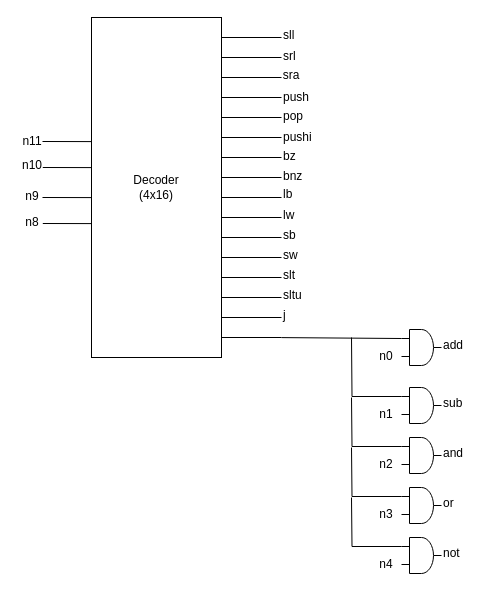
The draw.io diagram page "1" (1 of 2) of 5/source/4.drawio in HirbodBehnam/CSL-Assignments, before the edit. Source tidied: cells renumbered, new cells numbered last; positions are measured from the earlier drawing's top-left corner, leaving out a move shared by most shapes. Both pictures are drawn from the tidied source at 100%, with x=0, y=0 at pixel (17, 17).
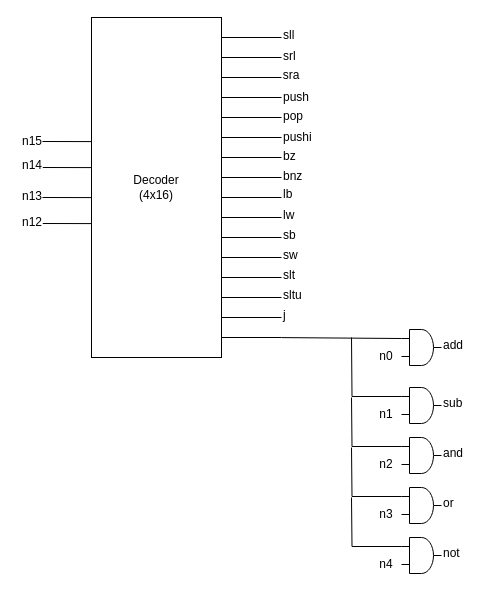
After the change.

Change to the diagram source:
```diff
@@
-    <mxCell id="23" value="n11" style="text;html=1;strokeColor=none;fillColor=none;align=center;verticalAlign=middle;whiteSpace=wrap;rounded=0;" parent="1" vertex="1">
+    <mxCell id="23" value="n15" style="text;html=1;strokeColor=none;fillColor=none;align=center;verticalAlign=middle;whiteSpace=wrap;rounded=0;" parent="1" vertex="1">
       <mxGeometry y="109" width="30" height="30" as="geometry" />
     </mxCell>
-    <mxCell id="24" value="n10" style="text;html=1;strokeColor=none;fillColor=none;align=center;verticalAlign=middle;whiteSpace=wrap;rounded=0;" parent="1" vertex="1">
+    <mxCell id="24" value="n14" style="text;html=1;strokeColor=none;fillColor=none;align=center;verticalAlign=middle;whiteSpace=wrap;rounded=0;" parent="1" vertex="1">
       <mxGeometry y="128" width="30" height="39" as="geometry" />
     </mxCell>
-    <mxCell id="25" value="n9" style="text;html=1;strokeColor=none;fillColor=none;align=center;verticalAlign=middle;whiteSpace=wrap;rounded=0;" parent="1" vertex="1">
+    <mxCell id="25" value="n13" style="text;html=1;strokeColor=none;fillColor=none;align=center;verticalAlign=middle;whiteSpace=wrap;rounded=0;" parent="1" vertex="1">
       <mxGeometry y="164" width="30" height="30" as="geometry" />
     </mxCell>
-    <mxCell id="26" value="n8" style="text;html=1;strokeColor=none;fillColor=none;align=center;verticalAlign=middle;whiteSpace=wrap;rounded=0;" parent="1" vertex="1">
+    <mxCell id="26" value="n12" style="text;html=1;strokeColor=none;fillColor=none;align=center;verticalAlign=middle;whiteSpace=wrap;rounded=0;" parent="1" vertex="1">
       <mxGeometry y="190" width="30" height="30" as="geometry" />
     </mxCell>
```
